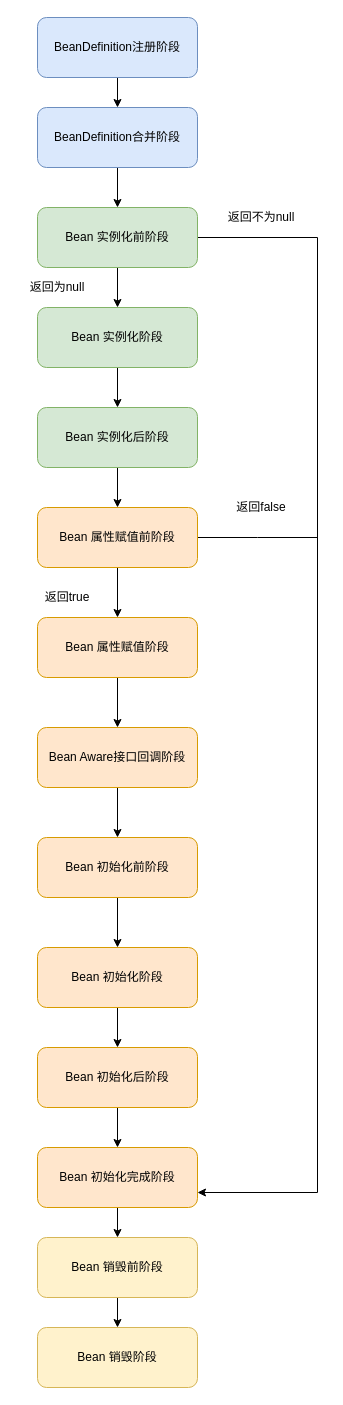
The draw.io diagram beanDefinition注册阶段.drawio in erlieStar/diagrams, before the edit. Source tidied: cells renumbered, new cells numbered last; positions are measured from the earlier drawing's top-left corner, leaving out a move shared by most shapes. Both pictures are drawn from the tidied source at 100%, with x=0, y=0 at pixel (17, 17).
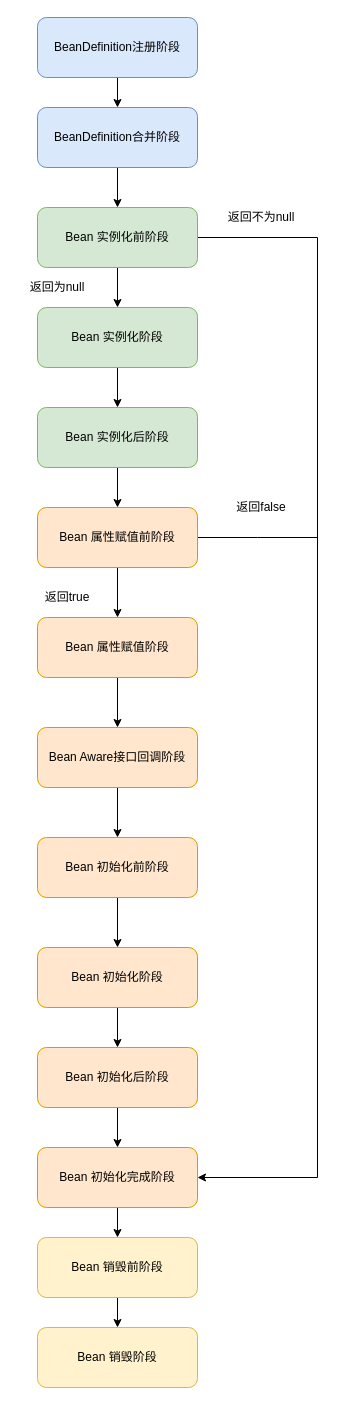
Above is the later version.

The change refers to these unchanged cells:
```xml
<mxCell id="8" value="Bean 实例化前阶段" style="rounded=1;whiteSpace=wrap;html=1;fillColor=#d5e8d4;strokeColor=#82b366;" parent="1" vertex="1">
  <mxGeometry x="20" y="190" width="160" height="60" as="geometry" />
</mxCell>
<mxCell id="27" value="Bean 初始化完成阶段" style="rounded=1;whiteSpace=wrap;html=1;fillColor=#ffe6cc;strokeColor=#d79b00;" parent="1" vertex="1">
  <mxGeometry x="20" y="1130" width="160" height="60" as="geometry" />
</mxCell>
```

The edit, as a diff of the source:
```diff
@@
-    <mxCell id="7" style="edgeStyle=orthogonalEdgeStyle;rounded=0;jettySize=auto;html=1;exitX=1;exitY=0.5;exitDx=0;exitDy=0;entryX=1;entryY=0.75;entryDx=0;entryDy=0;" parent="1" edge="1" source="8" target="27">
+    <mxCell id="7" style="edgeStyle=orthogonalEdgeStyle;rounded=0;jettySize=auto;html=1;exitX=1;exitY=0.5;exitDx=0;exitDy=0;entryX=1;entryY=0.5;entryDx=0;entryDy=0;" parent="1" edge="1" source="8" target="27">
       <mxGeometry relative="1" as="geometry">
         <Array as="points">
           <mxPoint x="300" y="220" />
-          <mxPoint x="300" y="1175" />
+          <mxPoint x="300" y="1160" />
         </Array>
       </mxGeometry>
     </mxCell>
```
